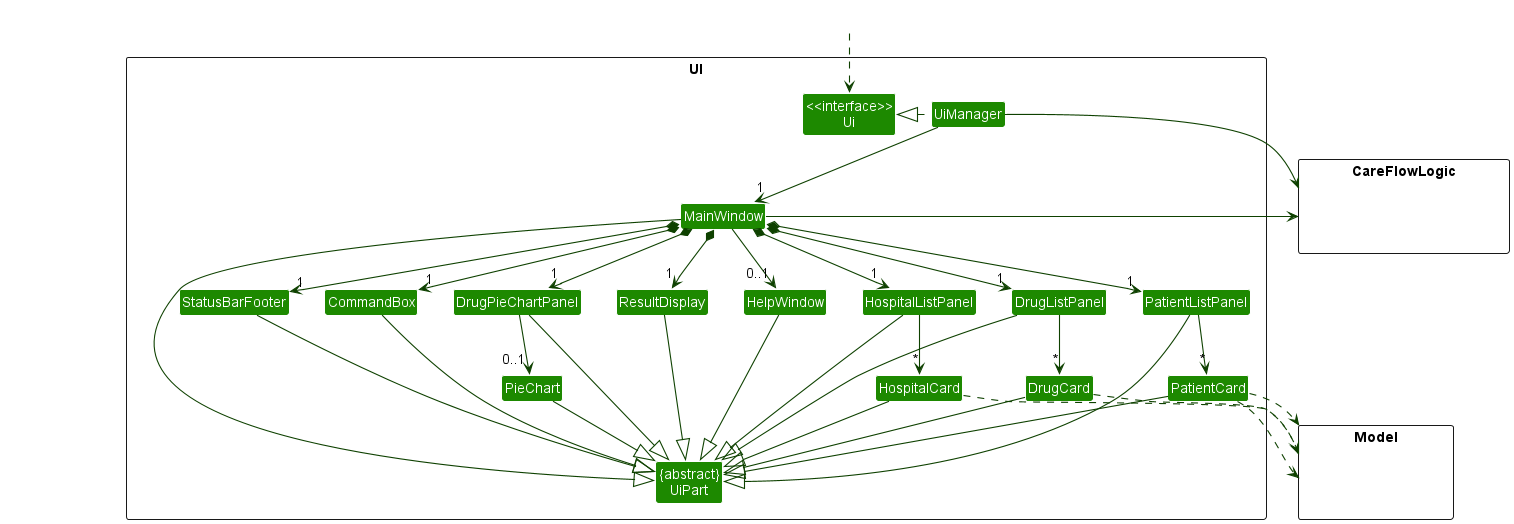
Before: docs/images/UiClassDiagram.png, a diagram exported from PlantUML (nus-cs2103-AY2223S2/tp). The source it was exported from:
```plantuml
@startuml
!include style.puml
skinparam arrowThickness 1.1
skinparam arrowColor UI_COLOR_T4
skinparam classBackgroundColor UI_COLOR

package UI <<Rectangle>>{
Class "<<interface>>\nUi" as Ui
Class "{abstract}\nUiPart" as UiPart
Class UiManager
Class MainWindow
Class HelpWindow
Class ResultDisplay
Class PatientListPanel
Class PatientCard
Class StatusBarFooter
Class CommandBox
Class HospitalListPanel
Class DrugListPanel
Class DrugPieChartPanel
Class PieChart
Class HospitalCard
Class DrugCard
}

package Model <<Rectangle>> {
Class HiddenModel #FFFFFF
}

package CareFlowLogic <<Rectangle>> {
Class HiddenCareFlowLogic #FFFFFF
}

Class HiddenOutside #FFFFFF
HiddenOutside ..> Ui

UiManager .left.|> Ui
UiManager -down-> "1" MainWindow
MainWindow *-down->  "1" CommandBox
MainWindow *-down-> "1" ResultDisplay
MainWindow *-down-> "1" PatientListPanel
MainWindow *-down-> "1" DrugListPanel
MainWindow *-down-> "1" HospitalListPanel
MainWindow *-down-> "1" DrugPieChartPanel
MainWindow *-down-> "1" StatusBarFooter
MainWindow --> "0..1" HelpWindow

PatientListPanel -down-> "*" PatientCard
DrugListPanel -down-> "*" DrugCard
HospitalListPanel -down-> "*" HospitalCard
DrugPieChartPanel -down-> "0..1" PieChart


MainWindow -left-|> UiPart

ResultDisplay --|> UiPart
CommandBox --|> UiPart
PatientListPanel --|> UiPart
PatientCard --|> UiPart
DrugListPanel --|> UiPart
DrugCard --|> UiPart
HospitalListPanel --|> UiPart
HospitalCard --|> UiPart
DrugPieChartPanel --|> UiPart
PieChart --|> UiPart
StatusBarFooter --|> UiPart
HelpWindow --|> UiPart

PatientCard ..> Model
DrugCard ..> Model
HospitalCard ..> Model
PatientCard ..> Model

UiManager -right-> CareFlowLogic
MainWindow -left-> CareFlowLogic

PatientListPanel -[hidden]left- HelpWindow
HelpWindow -[hidden]left- CommandBox
CommandBox -[hidden]left- ResultDisplay
ResultDisplay -[hidden]left- StatusBarFooter

MainWindow -[hidden]-|> UiPart
@enduml
```
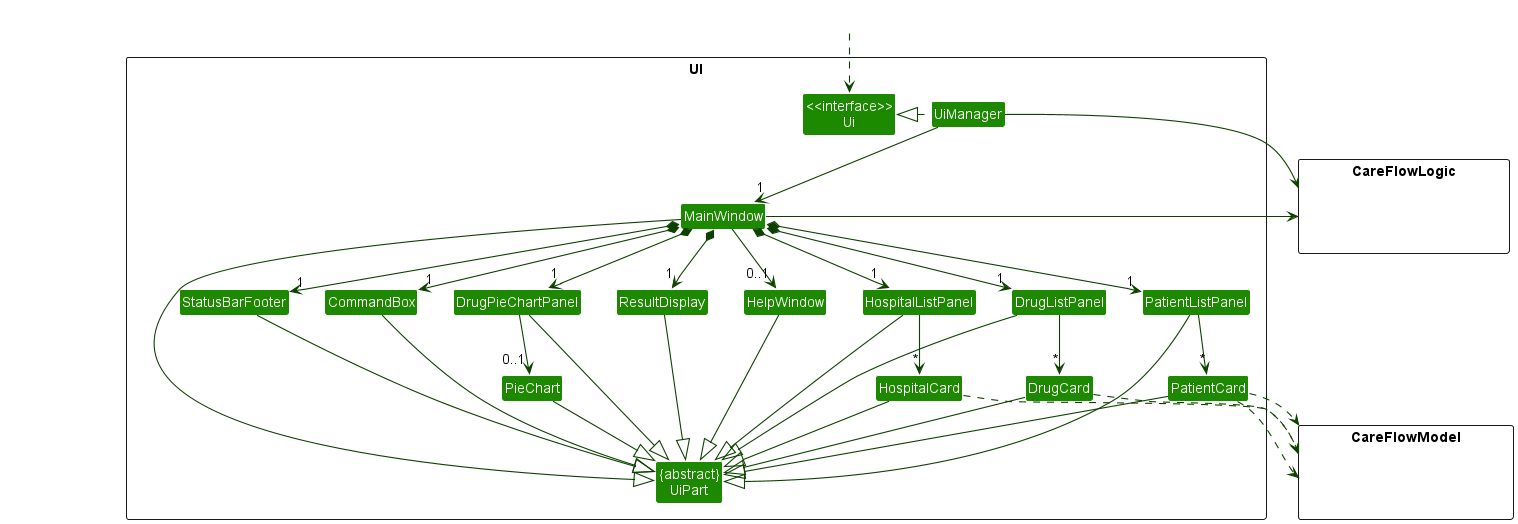
After the commit.

Diff of the diagram source:
```diff
@@ -23,8 +23,8 @@
 Class DrugCard
 }
 
-package Model <<Rectangle>> {
-Class HiddenModel #FFFFFF
+package CareFlowModel <<Rectangle>> {
+Class HiddenCareFlowModel #FFFFFF
 }
 
 package CareFlowLogic <<Rectangle>> {
@@ -66,10 +66,10 @@
 StatusBarFooter --|> UiPart
 HelpWindow --|> UiPart
 
-PatientCard ..> Model
-DrugCard ..> Model
-HospitalCard ..> Model
-PatientCard ..> Model
+PatientCard ..> CareFlowModel
+DrugCard ..> CareFlowModel
+HospitalCard ..> CareFlowModel
+PatientCard ..> CareFlowModel
 
 UiManager -right-> CareFlowLogic
 MainWindow -left-> CareFlowLogic
```
